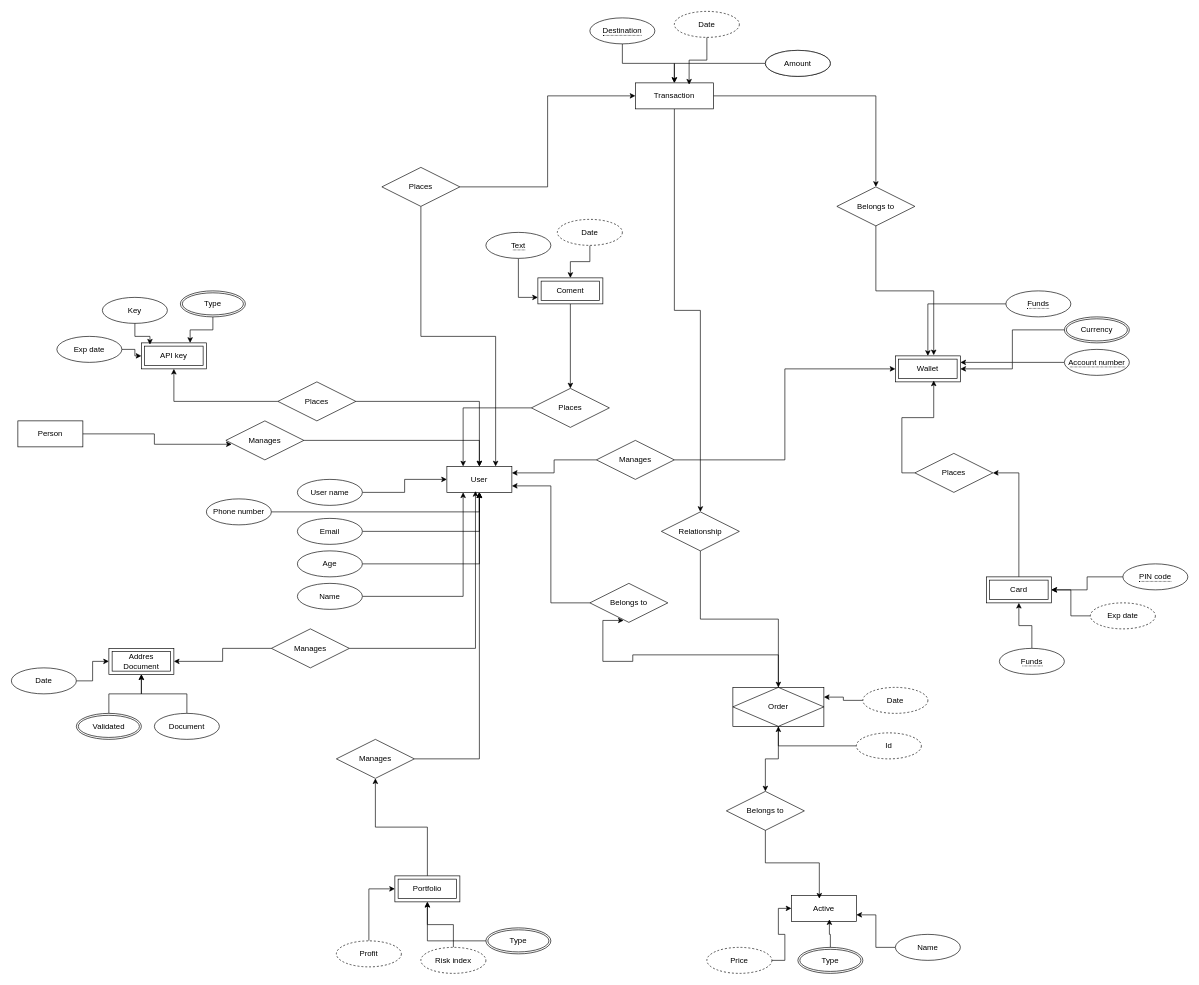
The draw.io diagram Untitled Diagram.drawio in ThEMueA/dataModeling, before the edit. Source tidied: cells renumbered, new cells numbered last; positions are measured from the earlier drawing's top-left corner, leaving out a move shared by most shapes. Both pictures are drawn from the tidied source at 65%, with x=0, y=0 at pixel (11, 11).
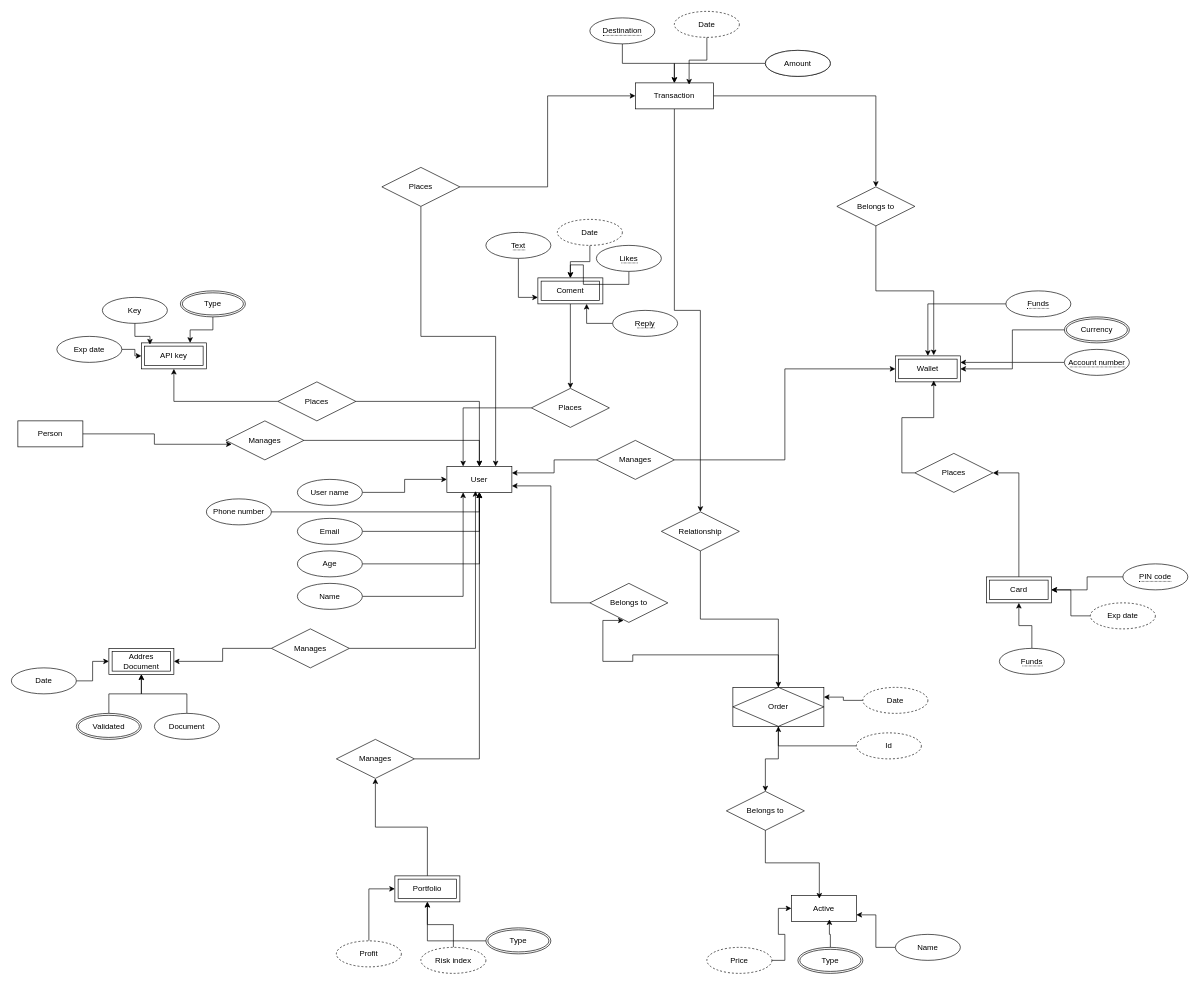
The same diagram, later.

Unchanged cells that the change refers to:
```xml
<mxCell id="13" value="Coment" style="shape=ext;margin=3;double=1;whiteSpace=wrap;html=1;align=center;" parent="1" vertex="1">
  <mxGeometry x="810" y="410" width="100" height="40" as="geometry" />
</mxCell>
```

The edit, as a diff of the source:
```diff
@@
+    <mxCell id="110" style="edgeStyle=orthogonalEdgeStyle;rounded=0;jettySize=auto;html=1;" parent="1" edge="1" source="111" target="13">
+      <mxGeometry relative="1" as="geometry" />
+    </mxCell>
+    <mxCell id="111" value="&lt;span style=&quot;border-bottom: 1px dotted&quot;&gt;Likes&lt;/span&gt;" style="ellipse;whiteSpace=wrap;html=1;align=center;" parent="1" vertex="1">
+      <mxGeometry x="900" y="360" width="100" height="40" as="geometry" />
+    </mxCell>
+    <mxCell id="112" style="edgeStyle=orthogonalEdgeStyle;rounded=0;jettySize=auto;html=1;entryX=0.75;entryY=1;entryDx=0;entryDy=0;" parent="1" edge="1" source="113" target="13">
+      <mxGeometry relative="1" as="geometry" />
+    </mxCell>
+    <mxCell id="113" value="&lt;span style=&quot;border-bottom: 1px dotted&quot;&gt;Reply&lt;/span&gt;" style="ellipse;whiteSpace=wrap;html=1;align=center;" parent="1" vertex="1">
+      <mxGeometry x="925" y="460" width="100" height="40" as="geometry" />
+    </mxCell>
```
